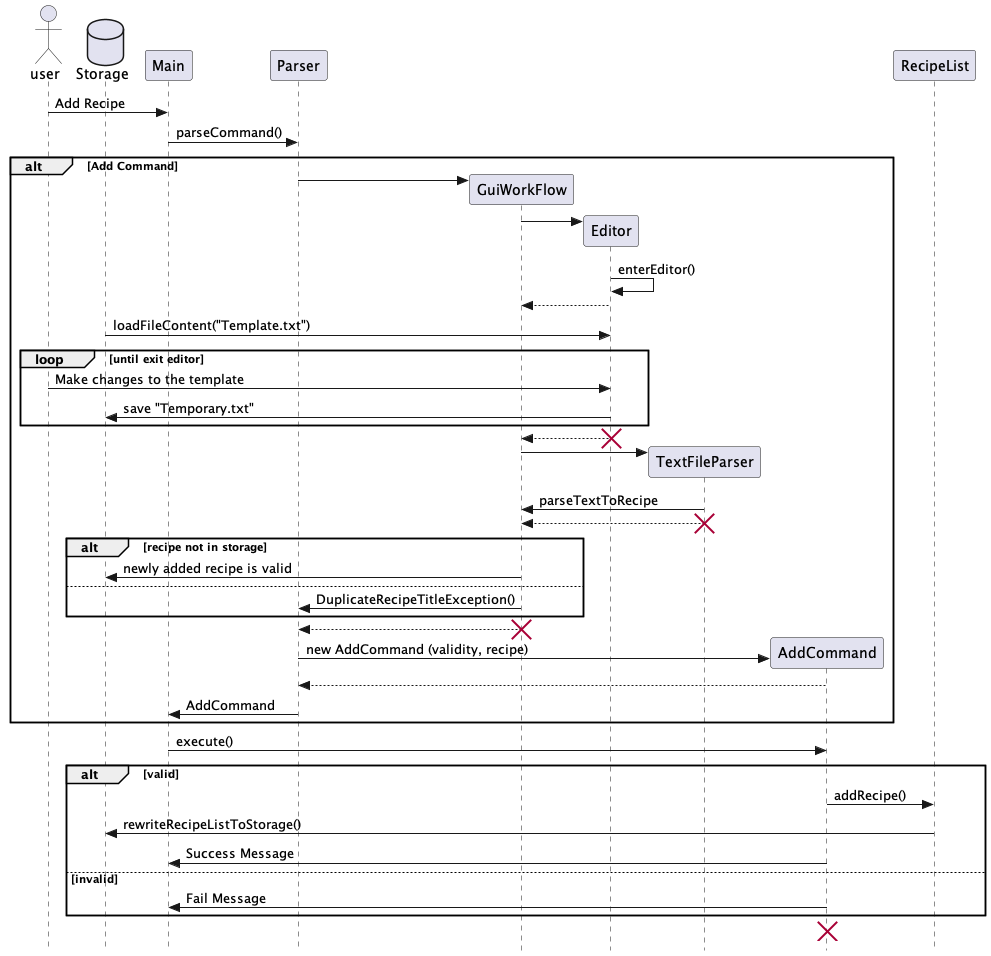
Earlier version of the PlantUML export docs/images/SequenceDiagram/AddEditor.png (nus-cs2113-AY2223S1/tp). Source of this version:
```plantuml
@startuml
skinparam Style strictuml
actor user
database Storage
user -> Main : Add Recipe
Main -> Parser: parseCommand()
create Parser
create GuiWorkFlow

alt Add Command
Parser -> GuiWorkFlow

create Editor
GuiWorkFlow -> Editor

Editor -> Editor : enterEditor()
Editor --> GuiWorkFlow:
Storage -> Editor: loadFileContent("Template.txt")

loop until exit editor
user -> Editor: Make changes to the template
Editor -> Storage: save "Temporary.txt"
end

Editor --> GuiWorkFlow:
destroy Editor

create TextFileParser
GuiWorkFlow -> TextFileParser:
TextFileParser -> GuiWorkFlow: parseTextToRecipe
TextFileParser --> GuiWorkFlow
destroy TextFileParser

alt recipe not in storage
    GuiWorkFlow -> Storage: newly added recipe is valid
else
    GuiWorkFlow -> Parser: DuplicateRecipeTitleException()
end

GuiWorkFlow --> Parser
destroy GuiWorkFlow

create AddCommand
Parser -> AddCommand: new AddCommand (validity, recipe)
AddCommand --> Parser:
Parser -> Main : AddCommand
end
Main -> AddCommand: execute()
alt valid
    AddCommand -> RecipeList: addRecipe()
    RecipeList -> Storage: rewriteRecipeListToStorage()
    AddCommand -> Main: Success Message
else invalid
    AddCommand -> Main: Fail Message
end
destroy AddCommand

@enduml
```
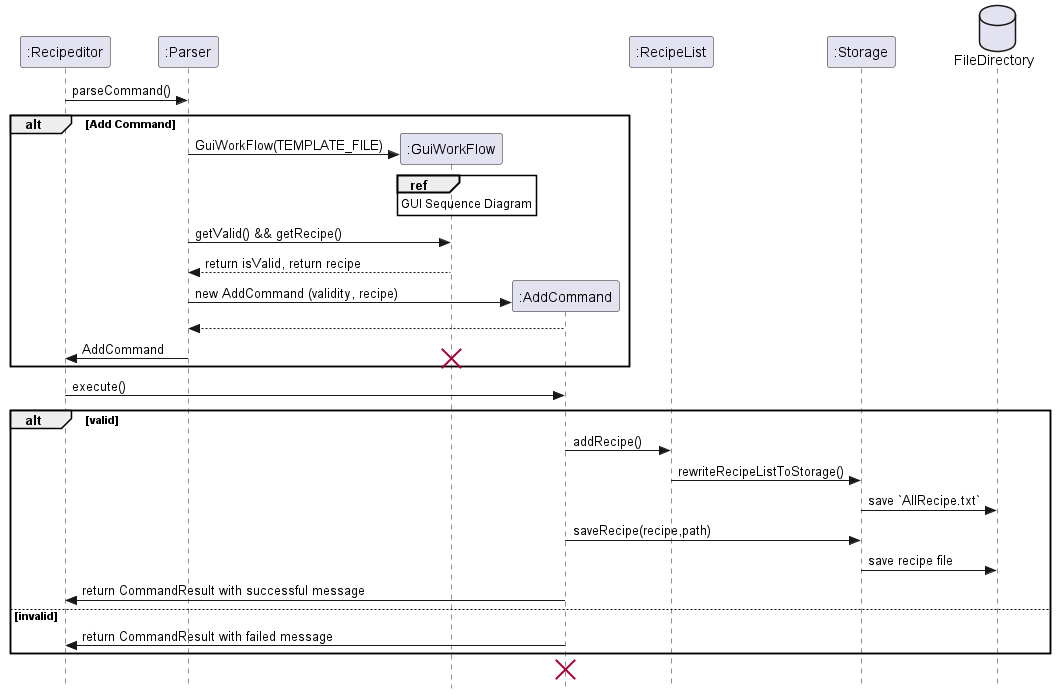
After the change.

What changed in the source:
```diff
@@ -1,57 +1,40 @@
 @startuml
 skinparam Style strictuml
-actor user
-database Storage
-user -> Main : Add Recipe
-Main -> Parser: parseCommand()
-create Parser
-create GuiWorkFlow
+participant ":Recipeditor" as Main
+participant ":Parser" as Parser
+participant ":GuiWorkFlow" as GuiWorkFlow
+participant ":AddCommand" as AddCommand
+participant ":RecipeList" as RecipeList
+participant ":Storage" as Storage
+database FileDirectory
+
+Main-> Parser: parseCommand()
 
 alt Add Command
-Parser -> GuiWorkFlow
-
-create Editor
-GuiWorkFlow -> Editor
-
-Editor -> Editor : enterEditor()
-Editor --> GuiWorkFlow:
-Storage -> Editor: loadFileContent("Template.txt")
-
-loop until exit editor
-user -> Editor: Make changes to the template
-Editor -> Storage: save "Temporary.txt"
+create GuiWorkFlow
+Parser -> GuiWorkFlow: GuiWorkFlow(TEMPLATE_FILE)
+ref over GuiWorkFlow
+GUI Sequence Diagram
 end
-
-Editor --> GuiWorkFlow:
-destroy Editor
-
-create TextFileParser
-GuiWorkFlow -> TextFileParser:
-TextFileParser -> GuiWorkFlow: parseTextToRecipe
-TextFileParser --> GuiWorkFlow
-destroy TextFileParser
-
-alt recipe not in storage
-    GuiWorkFlow -> Storage: newly added recipe is valid
-else
-    GuiWorkFlow -> Parser: DuplicateRecipeTitleException()
-end
-
-GuiWorkFlow --> Parser
-destroy GuiWorkFlow
+Parser -> GuiWorkFlow: getValid() && getRecipe()
+GuiWorkFlow --> Parser: return isValid, return recipe
 
 create AddCommand
 Parser -> AddCommand: new AddCommand (validity, recipe)
 AddCommand --> Parser:
 Parser -> Main : AddCommand
+destroy GuiWorkFlow
 end
 Main -> AddCommand: execute()
 alt valid
     AddCommand -> RecipeList: addRecipe()
     RecipeList -> Storage: rewriteRecipeListToStorage()
-    AddCommand -> Main: Success Message
+    Storage -> FileDirectory: save `AllRecipe.txt`
+    AddCommand -> Storage: saveRecipe(recipe,path)
+    Storage -> FileDirectory: save recipe file
+    AddCommand -> Main: return CommandResult with successful message
 else invalid
-    AddCommand -> Main: Fail Message
+    AddCommand -> Main: return CommandResult with failed message
 end
 destroy AddCommand
 
```
